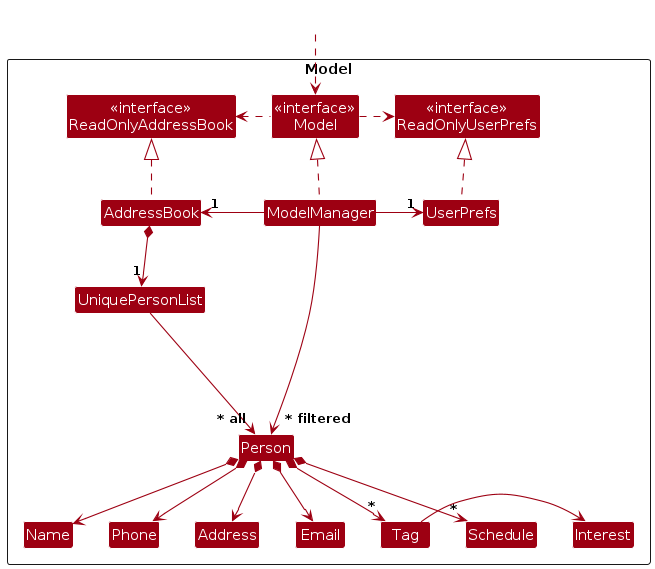
Before: diagrams/ModelClassDiagram.png, a diagram exported from PlantUML (AY2324S2-CS2103-F15-4/tp). Its source is kept beside it as diagrams/ModelClassDiagram.puml.
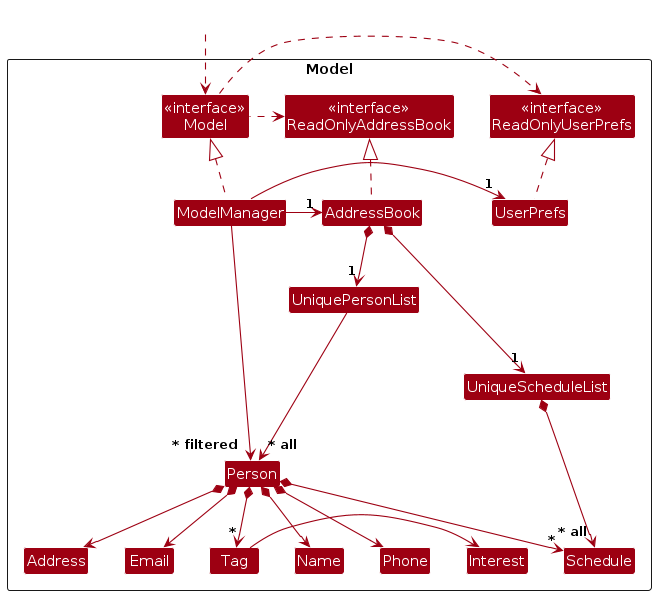
After the change.

Change to the diagram source:
```diff
@@ -13,6 +13,7 @@
 Class UserPrefs
 
 Class UniquePersonList
+Class UniqueScheduleList
 Class Person
 Class Address
 Class Email
@@ -38,7 +39,9 @@
 UserPrefs .up.|> ReadOnlyUserPrefs
 
 AddressBook *--> "1" UniquePersonList
+AddressBook *--> "1" UniqueScheduleList
 UniquePersonList --> "~* all" Person
+UniqueScheduleList *--> "~* all" Schedule
 Person *--> Name
 Person *--> Phone
 Person *--> Email
```
